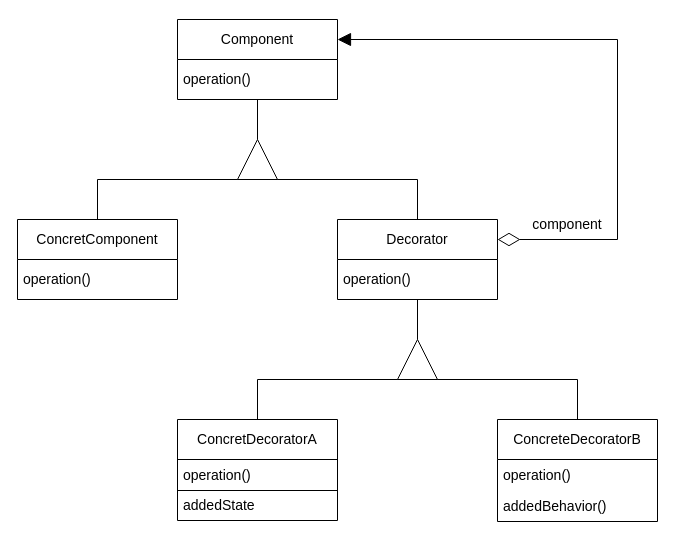
Before: posts/imagens/decorator/estruturaDecorator.drawio in 20231-ifba-saj-ads-ppr/blog-material-aula, a draw.io diagram. Source tidied: cells renumbered, new cells numbered last; positions are measured from the earlier drawing's top-left corner, leaving out a move shared by most shapes. Both pictures are drawn from the tidied source at 100%, with x=0, y=0 at pixel (17, 19).
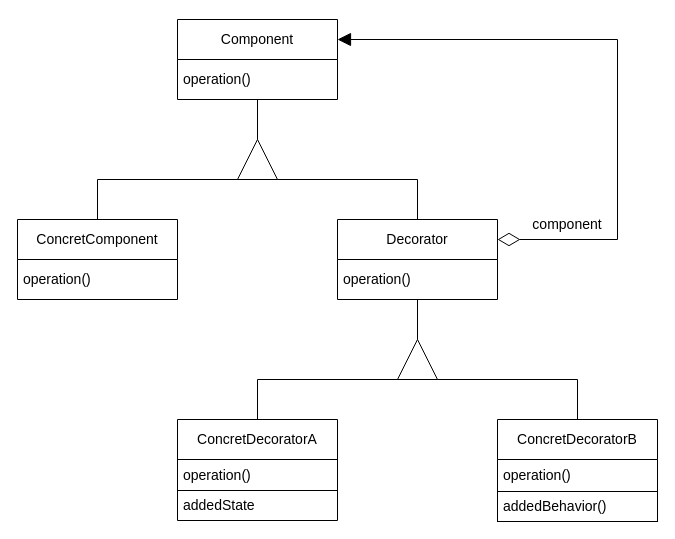
Above is the later version.

The edit, as a diff of the source:
```diff
@@
-    <mxCell id="19" value="ConcreteDecoratorB" style="swimlane;fontStyle=0;horizontal=1;startSize=40;whiteSpace=wrap;html=1;fontSize=14;" parent="1" vertex="1">
+    <mxCell id="19" value="ConcretDecoratorB" style="swimlane;fontStyle=0;horizontal=1;startSize=40;whiteSpace=wrap;html=1;fontSize=14;" parent="1" vertex="1">
       <mxGeometry x="480" y="400" width="160" height="102" as="geometry" />
     </mxCell>
@@
-    <mxCell id="21" value="addedBehavior()" style="text;strokeColor=none;fillColor=none;align=left;verticalAlign=middle;spacingLeft=4;spacingRight=4;overflow=hidden;whiteSpace=wrap;html=1;fontSize=14;" parent="19" vertex="1">
+    <mxCell id="21" value="addedBehavior()" style="text;strokeColor=default;fillColor=none;align=left;verticalAlign=middle;spacingLeft=4;spacingRight=4;overflow=hidden;whiteSpace=wrap;html=1;fontSize=14;" parent="19" vertex="1">
       <mxGeometry y="72" width="160" height="30" as="geometry" />
     </mxCell>
```
